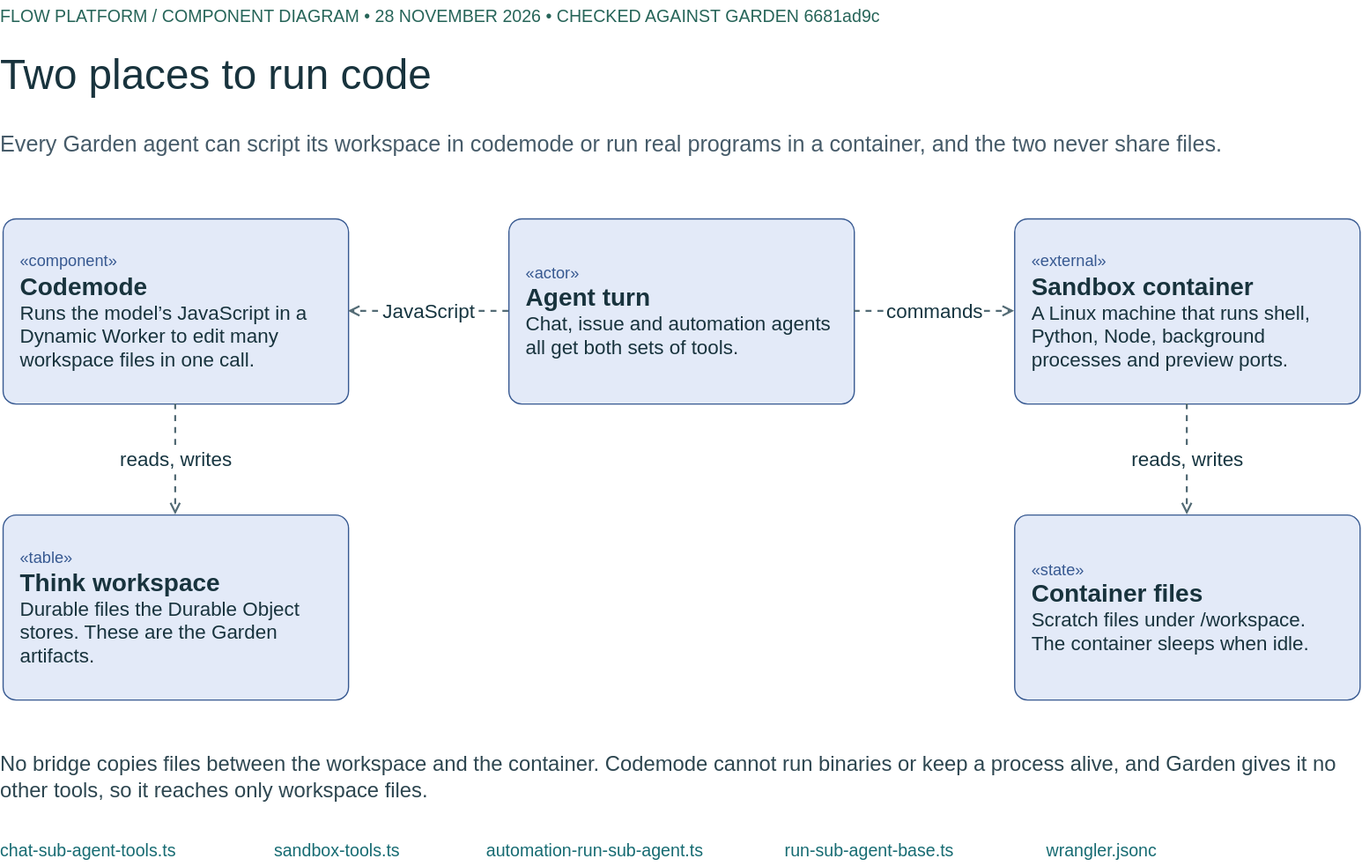
Above: docs/diagrams/execution-runtimes.drawio.svg in Flow-Research/garden (draw.io), before the change. Source tidied: cells renumbered, new cells last; positions are measured from the earlier drawing's top-left corner, leaving out a move shared by most shapes.
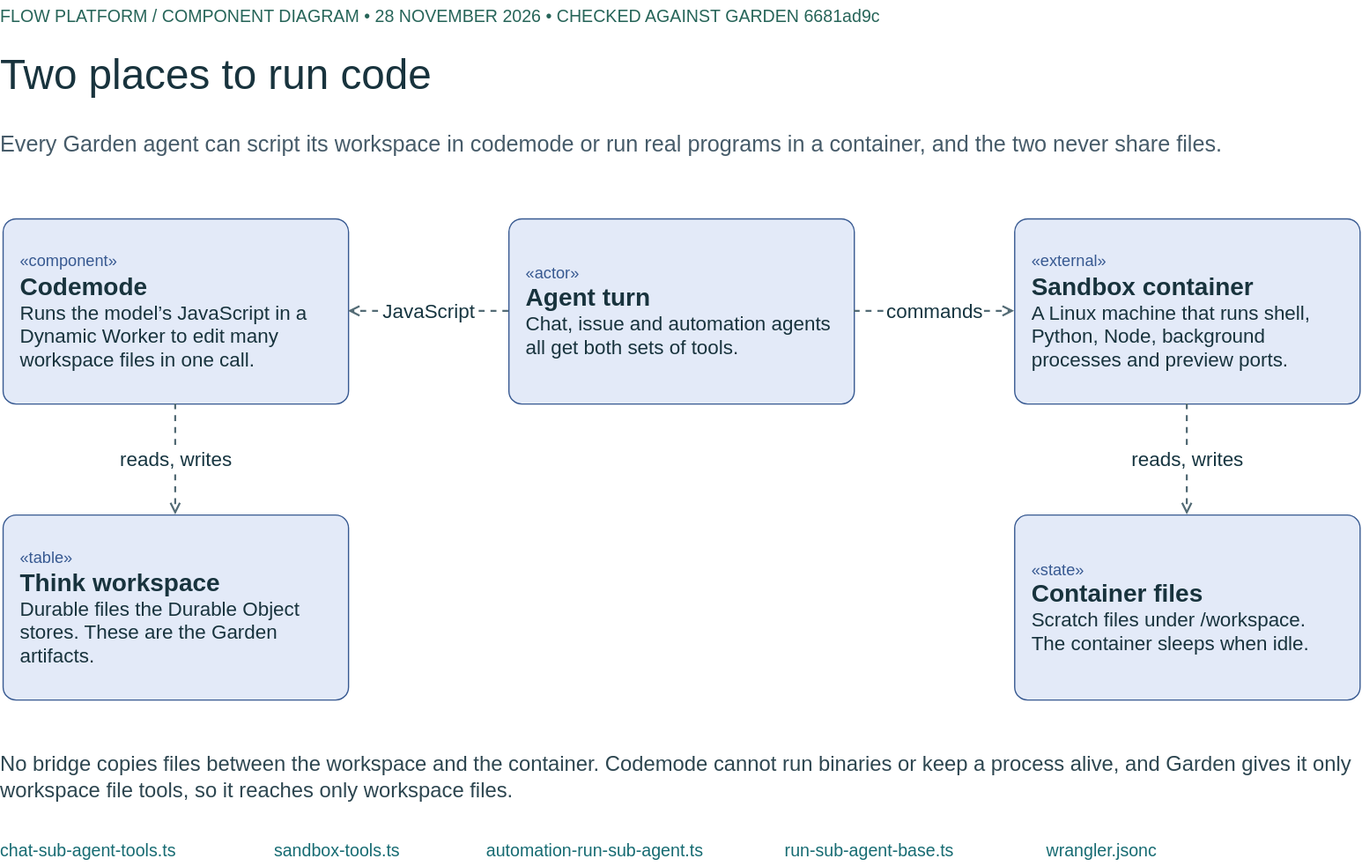
The same file after the commit.

Commit message:
docs: say codemode gets only workspace file tools after merging dev

dev now passes codemode createAITools({ workspace }) instead of no tools.

What changed in the source:
```diff
@@ -38,7 +38,7 @@
     <mxCell id="13" value="reads, writes" style="html=1;endArrow=open;endFill=0;strokeWidth=1.6;strokeColor=#536B75;fontSize=16;fontFamily=Helvetica;fontColor=#163540;labelBackgroundColor=#FFFFFF;dashed=1;edgeStyle=none;exitX=0.5;exitY=1;entryX=0.5;entryY=0;" parent="1" edge="1" source="7" target="9">
       <mxGeometry relative="1" as="geometry" />
     </mxCell>
-    <mxCell id="14" value="No bridge copies files between the workspace and the container. Codemode cannot run binaries or keep a process alive, and Garden gives it no other tools, so it reaches only workspace files." style="text;html=1;whiteSpace=wrap;align=left;verticalAlign=middle;spacing=0;fontFamily=Helvetica;fontSize=17;fontColor=#2D4650;" parent="1" vertex="1">
+    <mxCell id="14" value="No bridge copies files between the workspace and the container. Codemode cannot run binaries or keep a process alive, and Garden gives it only workspace file tools, so it reaches only workspace files." style="text;html=1;whiteSpace=wrap;align=left;verticalAlign=middle;spacing=0;fontFamily=Helvetica;fontSize=17;fontColor=#2D4650;" parent="1" vertex="1">
       <mxGeometry y="607" width="1100" height="46" as="geometry" />
     </mxCell>
     <mxCell id="15" value="chat-sub-agent-tools.ts" style="text;html=1;whiteSpace=wrap;align=left;verticalAlign=middle;spacing=0;fontFamily=Helvetica;fontSize=14;fontColor=#166B72;" parent="1" vertex="1">
```
